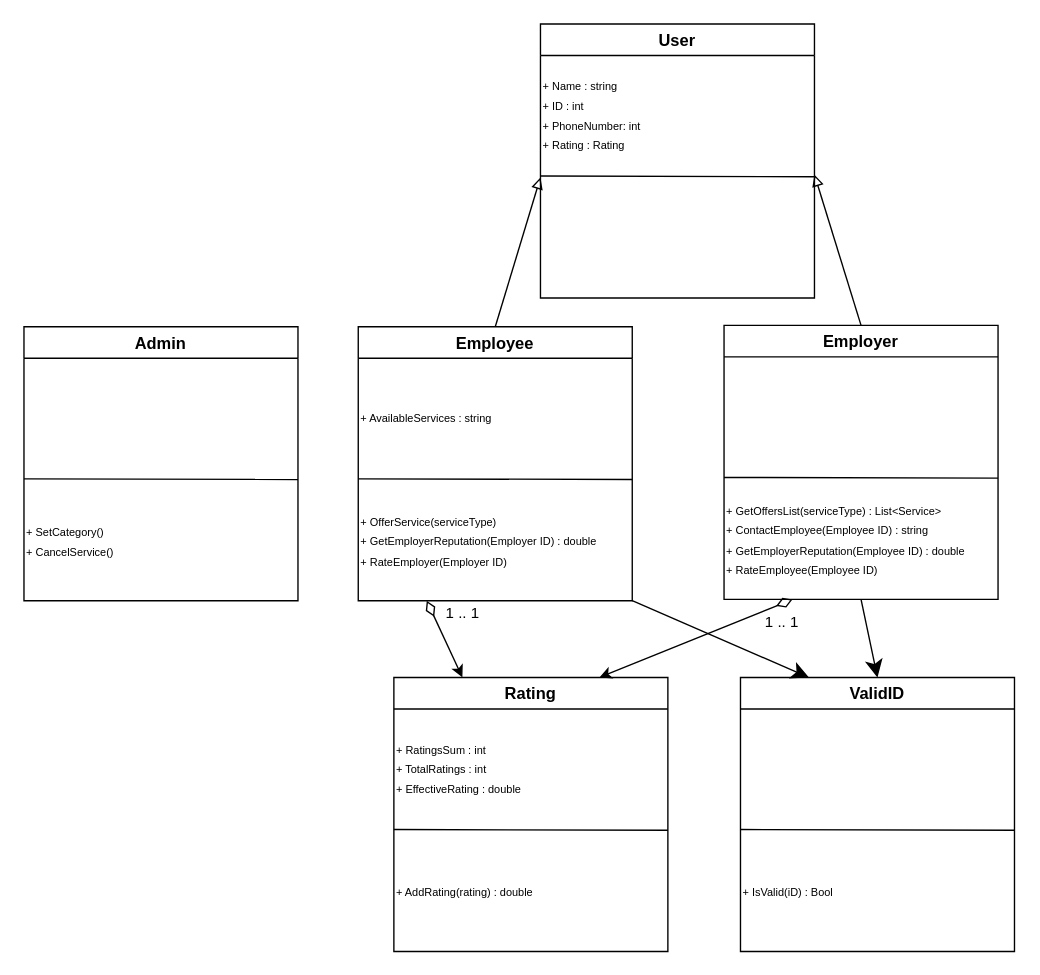
Before: Diagrama UML.drawio in charlis96/Proyecto_Chatbot, a draw.io diagram. Source tidied: cells renumbered, new cells numbered last; positions are measured from the earlier drawing's top-left corner, leaving out a move shared by most shapes. Both pictures are drawn from the tidied source at 137%, with x=0, y=0 at pixel (23, 23).
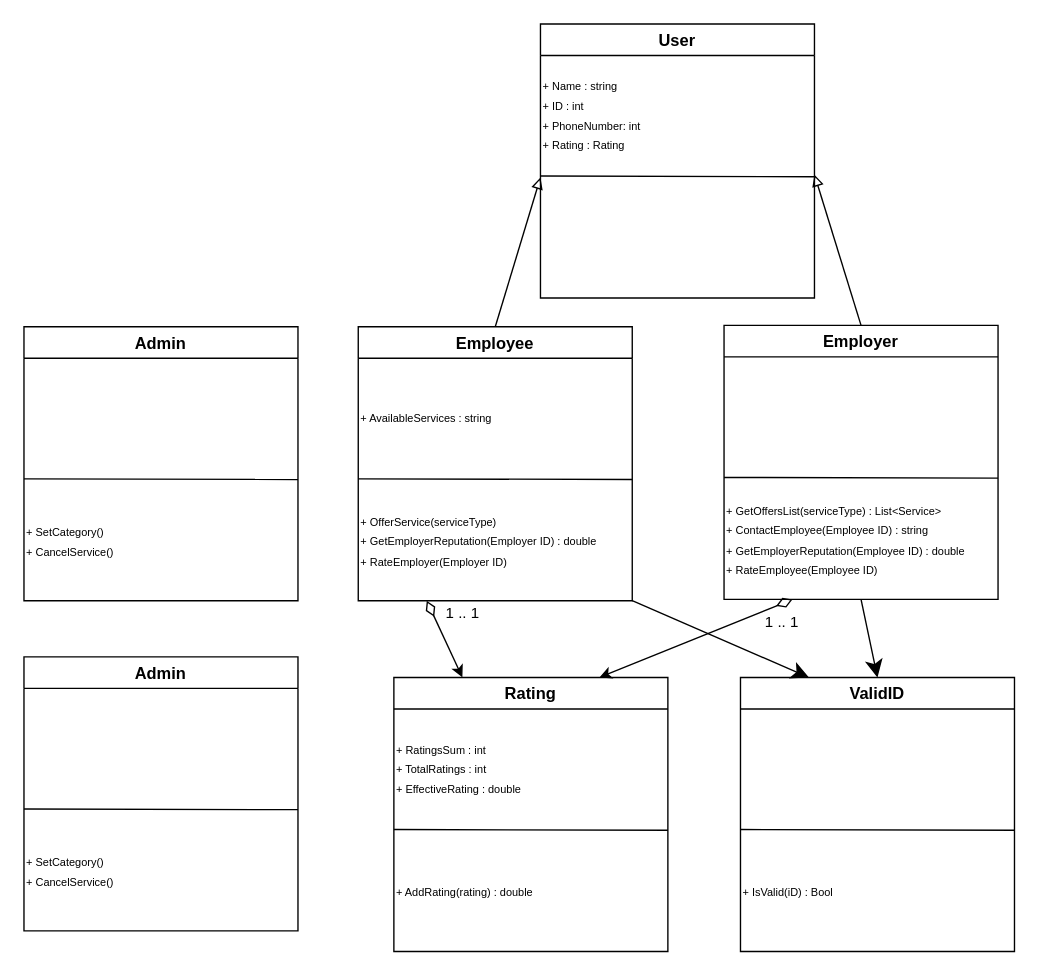
The same diagram, later.

Change to the diagram source:
```diff
@@
+    <mxCell id="30" value="Admin" style="swimlane;" parent="1" vertex="1">
+      <mxGeometry y="462" width="200" height="200" as="geometry" />
+    </mxCell>
+    <mxCell id="31" style="endArrow=none;html=1;rounded=0;" parent="30" edge="1">
+      <mxGeometry relative="1" as="geometry">
+        <mxPoint y="111" as="sourcePoint" />
+        <mxPoint x="200" y="111.5" as="targetPoint" />
+      </mxGeometry>
+    </mxCell>
+    <mxCell id="32" value="&lt;span style=&quot;font-size: 8px&quot;&gt;+ SetCategory()&lt;br&gt;+ CancelService()&lt;br&gt;&lt;/span&gt;" style="text;html=1;strokeColor=none;fillColor=none;align=left;verticalAlign=middle;whiteSpace=wrap;rounded=0;" parent="30" vertex="1">
+      <mxGeometry y="112" width="200" height="88" as="geometry" />
+    </mxCell>
```
